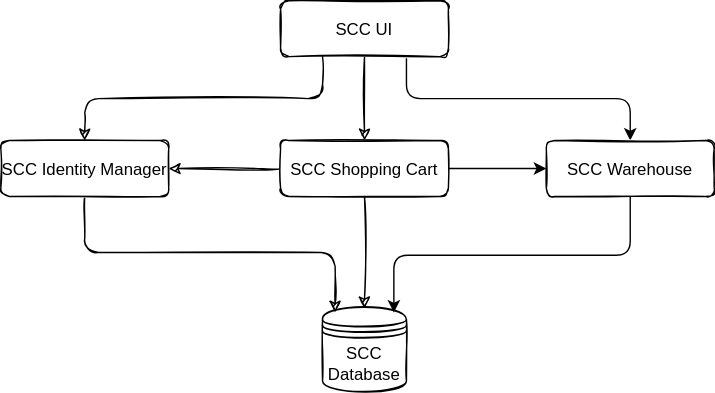
Above: diagrams/high-level.drawio.svg in domenico-piol/SCCstore (draw.io), before the change. Source tidied: cells renumbered, new cells last; positions are measured from the earlier drawing's top-left corner, leaving out a move shared by most shapes.
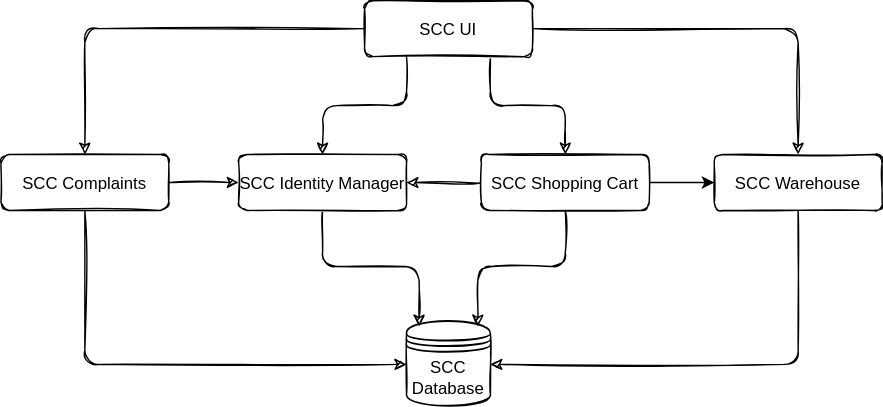
After the change.

Commit message:
scc complaints

What changed in the source:
```diff
@@ -5,41 +5,53 @@
     <mxCell id="2" style="edgeStyle=orthogonalEdgeStyle;html=1;sketch=1;exitX=0.25;exitY=1;exitDx=0;exitDy=0;" parent="1" edge="1" source="5" target="7">
       <mxGeometry relative="1" as="geometry" />
     </mxCell>
-    <mxCell id="3" style="edgeStyle=orthogonalEdgeStyle;html=1;sketch=1;exitX=0.5;exitY=1;exitDx=0;exitDy=0;" parent="1" edge="1" source="5" target="11">
+    <mxCell id="3" style="edgeStyle=orthogonalEdgeStyle;html=1;sketch=1;exitX=0.75;exitY=1;exitDx=0;exitDy=0;entryX=0.5;entryY=0;entryDx=0;entryDy=0;" parent="1" edge="1" source="5" target="11">
       <mxGeometry relative="1" as="geometry" />
     </mxCell>
-    <mxCell id="4" style="edgeStyle=elbowEdgeStyle;html=1;exitX=0.75;exitY=1;exitDx=0;exitDy=0;entryX=0.5;entryY=0;entryDx=0;entryDy=0;elbow=vertical;" parent="1" edge="1" source="5" target="14">
-      <mxGeometry relative="1" as="geometry" />
-    </mxCell>
     <mxCell id="5" value="SCC UI" style="fontStyle=0;sketch=1;rounded=1;" parent="1" vertex="1">
-      <mxGeometry x="200" width="120" height="40" as="geometry" />
+      <mxGeometry x="250" y="-10" width="120" height="40" as="geometry" />
     </mxCell>
     <mxCell id="6" style="edgeStyle=orthogonalEdgeStyle;html=1;entryX=0.15;entryY=0.05;entryDx=0;entryDy=0;entryPerimeter=0;sketch=1;exitX=0.5;exitY=1;exitDx=0;exitDy=0;" parent="1" edge="1" source="7" target="12">
       <mxGeometry relative="1" as="geometry" />
     </mxCell>
     <mxCell id="7" value="SCC Identity Manager" style="fontStyle=0;sketch=1;rounded=1;" parent="1" vertex="1">
-      <mxGeometry y="100" width="120" height="40" as="geometry" />
+      <mxGeometry x="160" y="100" width="120" height="40" as="geometry" />
     </mxCell>
-    <mxCell id="8" style="edgeStyle=orthogonalEdgeStyle;html=1;entryX=0.5;entryY=0;entryDx=0;entryDy=0;sketch=1;exitX=0.5;exitY=1;exitDx=0;exitDy=0;" parent="1" edge="1" source="11" target="12">
+    <mxCell id="8" style="edgeStyle=orthogonalEdgeStyle;html=1;entryX=0.85;entryY=0.05;entryDx=0;entryDy=0;sketch=1;exitX=0.5;exitY=1;exitDx=0;exitDy=0;entryPerimeter=0;" parent="1" edge="1" source="11" target="12">
       <mxGeometry relative="1" as="geometry" />
     </mxCell>
-    <mxCell id="9" style="edgeStyle=none;html=1;entryX=1;entryY=0.5;entryDx=0;entryDy=0;sketch=1;curved=1;" parent="1" edge="1" source="11" target="7">
+    <mxCell id="9" style="edgeStyle=none;html=1;sketch=1;curved=1;entryX=1;entryY=0.5;entryDx=0;entryDy=0;exitX=0;exitY=0.5;exitDx=0;exitDy=0;" parent="1" edge="1" source="11" target="7">
       <mxGeometry relative="1" as="geometry" />
     </mxCell>
     <mxCell id="10" style="edgeStyle=none;html=1;exitX=1;exitY=0.5;exitDx=0;exitDy=0;entryX=0;entryY=0.5;entryDx=0;entryDy=0;" parent="1" edge="1" source="11" target="14">
       <mxGeometry relative="1" as="geometry" />
     </mxCell>
     <mxCell id="11" value="SCC Shopping Cart" style="fontStyle=0;sketch=1;rounded=1;" parent="1" vertex="1">
-      <mxGeometry x="200" y="100" width="120" height="40" as="geometry" />
+      <mxGeometry x="333.5" y="100" width="120" height="40" as="geometry" />
     </mxCell>
     <mxCell id="12" value="SCC Database" style="shape=datastore;whiteSpace=wrap;html=1;sketch=1;rounded=1;fillColor=none;" parent="1" vertex="1">
-      <mxGeometry x="230" y="220" width="60" height="60" as="geometry" />
+      <mxGeometry x="280" y="220" width="60" height="60" as="geometry" />
     </mxCell>
+    <mxCell id="14" value="SCC Warehouse" style="fontStyle=0;sketch=1;rounded=1;" parent="1" vertex="1">
+      <mxGeometry x="500" y="100" width="120" height="40" as="geometry" />
+    </mxCell>
+    <mxCell id="15" value="SCC Complaints" style="fontStyle=0;sketch=1;rounded=1;" parent="1" vertex="1">
+      <mxGeometry x="-10" y="100" width="120" height="40" as="geometry" />
+    </mxCell>
+    <mxCell id="16" style="edgeStyle=orthogonalEdgeStyle;html=1;sketch=1;exitX=0;exitY=0.5;exitDx=0;exitDy=0;entryX=0.5;entryY=0;entryDx=0;entryDy=0;" parent="1" edge="1" source="5" target="15">
+      <mxGeometry relative="1" as="geometry" />
+    </mxCell>
+    <mxCell id="17" style="edgeStyle=orthogonalEdgeStyle;html=1;sketch=1;exitX=0.5;exitY=1;exitDx=0;exitDy=0;entryX=0;entryY=0.5;entryDx=0;entryDy=0;" parent="1" edge="1" source="15" target="12">
+      <mxGeometry relative="1" as="geometry" />
+    </mxCell>
-    <mxCell id="13" style="edgeStyle=elbowEdgeStyle;elbow=vertical;html=1;exitX=0.5;exitY=1;exitDx=0;exitDy=0;entryX=0.85;entryY=0.05;entryDx=0;entryDy=0;entryPerimeter=0;" parent="1" edge="1" source="14" target="12">
+    <mxCell id="13" style="edgeStyle=orthogonalEdgeStyle;html=1;sketch=1;exitX=0.5;exitY=1;exitDx=0;exitDy=0;entryX=1;entryY=0.5;entryDx=0;entryDy=0;" parent="1" edge="1" source="14" target="12">
       <mxGeometry relative="1" as="geometry" />
     </mxCell>
-    <mxCell id="14" value="SCC Warehouse" style="fontStyle=0;sketch=1;rounded=1;" parent="1" vertex="1">
-      <mxGeometry x="390" y="100" width="120" height="40" as="geometry" />
-    </mxCell>
+    <mxCell id="4" style="edgeStyle=orthogonalEdgeStyle;html=1;sketch=1;exitX=1;exitY=0.5;exitDx=0;exitDy=0;entryX=0.5;entryY=0;entryDx=0;entryDy=0;" parent="1" edge="1" source="5" target="14">
+      <mxGeometry relative="1" as="geometry" />
+    </mxCell>
+    <mxCell id="18" style="edgeStyle=orthogonalEdgeStyle;html=1;sketch=1;exitX=1;exitY=0.5;exitDx=0;exitDy=0;entryX=0;entryY=0.5;entryDx=0;entryDy=0;" parent="1" edge="1" source="15" target="7">
+      <mxGeometry relative="1" as="geometry" />
+    </mxCell>
   </root>
 </mxGraphModel>
```
